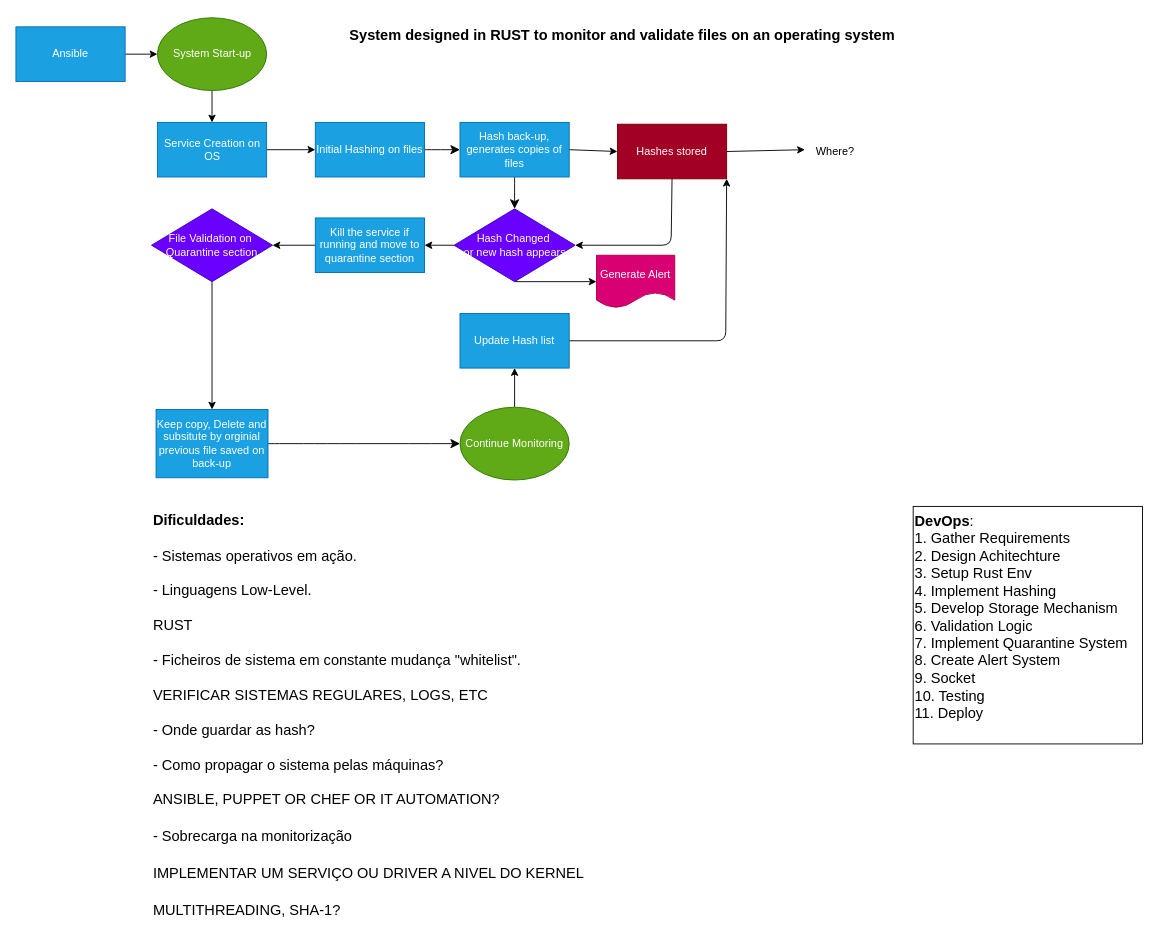
This is planeamento/Untitled Diagram.drawio from mickeyhousee/LOCK, a draw.io file, before an edit. Source tidied: cells renumbered, new cells numbered last; positions are measured from the earlier drawing's top-left corner, leaving out a move shared by most shapes. Both pictures are drawn from the tidied source at 91%, with x=0, y=0 at pixel (15, 17).
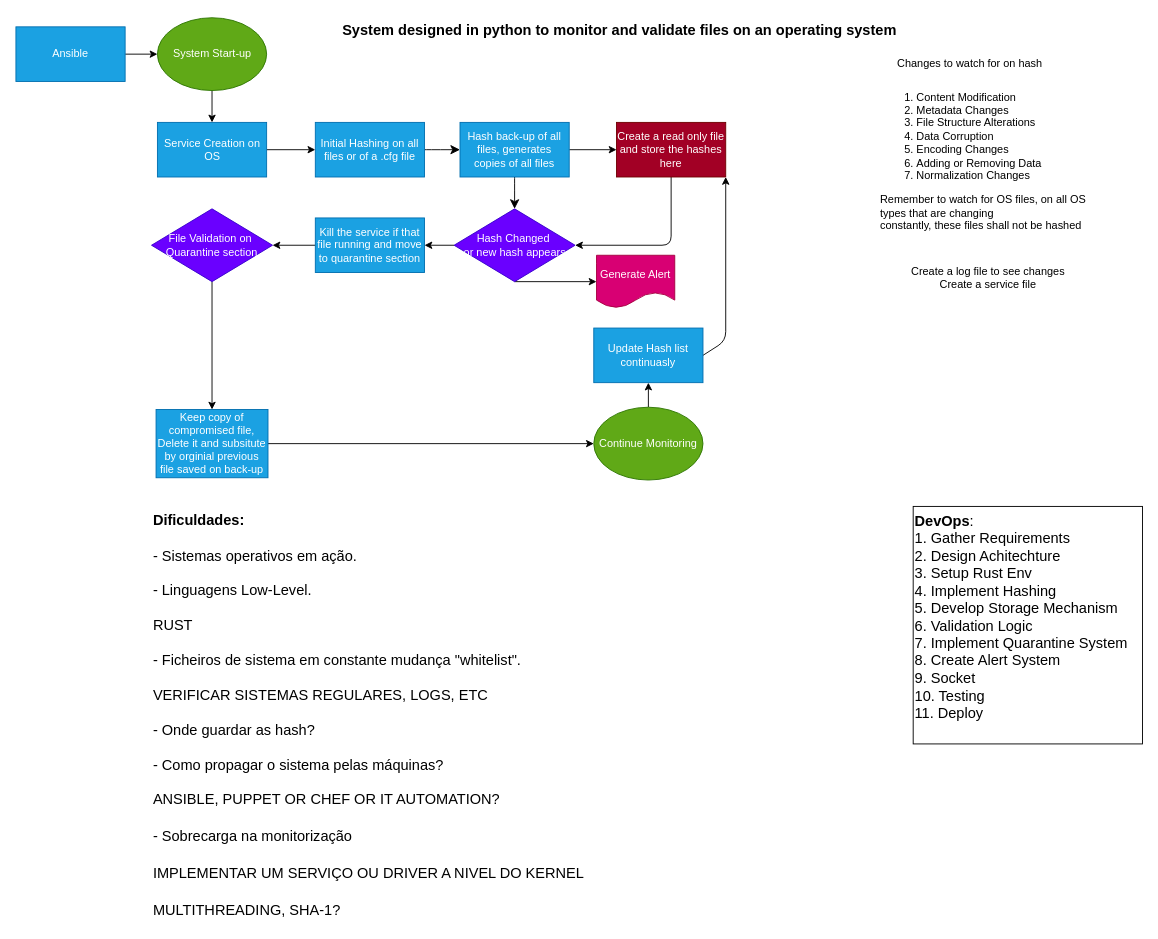
The same page after the edit.

What changed in the source:
```diff
@@
-    <mxCell id="5" value="Initial Hashing on files" style="rounded=0;whiteSpace=wrap;html=1;fillColor=#1ba1e2;fontColor=#ffffff;strokeColor=#006EAF;" parent="1" vertex="1">
+    <mxCell id="5" value="Initial Hashing on all files or of a .cfg file" style="rounded=0;whiteSpace=wrap;html=1;fillColor=#1ba1e2;fontColor=#ffffff;strokeColor=#006EAF;" parent="1" vertex="1">
       <mxGeometry x="329" y="115" width="120" height="60" as="geometry" />
     </mxCell>
@@
-    <mxCell id="8" value="Hash back-up, generates copies of files" style="rounded=0;whiteSpace=wrap;html=1;fillColor=#1ba1e2;fontColor=#ffffff;strokeColor=#006EAF;" parent="1" vertex="1">
+    <mxCell id="8" value="Hash back-up of all files, generates copies of all files" style="rounded=0;whiteSpace=wrap;html=1;fillColor=#1ba1e2;fontColor=#ffffff;strokeColor=#006EAF;" parent="1" vertex="1">
       <mxGeometry x="488" y="115" width="120" height="60" as="geometry" />
     </mxCell>
@@
-    <mxCell id="14" style="edgeStyle=none;curved=1;rounded=0;jettySize=auto;html=1;exitX=1;exitY=0.5;exitDx=0;exitDy=0;entryX=0;entryY=0.5;entryDx=0;entryDy=0;fontSize=12;startSize=8;endSize=8;" parent="1" edge="1" source="15" target="19">
+    <mxCell id="14" style="edgeStyle=none;html=1;exitX=1;exitY=0.5;exitDx=0;exitDy=0;entryX=0;entryY=0.5;entryDx=0;entryDy=0;" parent="1" edge="1" source="15" target="19">
       <mxGeometry relative="1" as="geometry" />
     </mxCell>
-    <mxCell id="15" value="Keep copy, Delete and subsitute by orginial previous file saved on back-up" style="rounded=0;whiteSpace=wrap;html=1;fillColor=#1ba1e2;fontColor=#ffffff;strokeColor=#006EAF;" parent="1" vertex="1">
+    <mxCell id="15" value="Keep copy of compromised file, Delete it and subsitute by orginial previous file saved on back-up" style="rounded=0;whiteSpace=wrap;html=1;fillColor=#1ba1e2;fontColor=#ffffff;strokeColor=#006EAF;" parent="1" vertex="1">
       <mxGeometry x="154" y="430.5" width="123" height="75" as="geometry" />
     </mxCell>
@@
-    <mxCell id="17" value="Update Hash list" style="rounded=0;whiteSpace=wrap;html=1;fillColor=#1ba1e2;fontColor=#ffffff;strokeColor=#006EAF;" parent="1" vertex="1">
-      <mxGeometry x="488" y="325" width="120" height="60" as="geometry" />
+    <mxCell id="17" value="Update Hash list continuasly" style="rounded=0;whiteSpace=wrap;html=1;fillColor=#1ba1e2;fontColor=#ffffff;strokeColor=#006EAF;" parent="1" vertex="1">
+      <mxGeometry x="635" y="341" width="120" height="60" as="geometry" />
     </mxCell>
@@
     <mxCell id="19" value="Continue Monitoring" style="ellipse;whiteSpace=wrap;html=1;fillColor=#60a917;fontColor=#ffffff;strokeColor=#2D7600;" parent="1" vertex="1">
-      <mxGeometry x="488" y="428" width="120" height="80" as="geometry" />
+      <mxGeometry x="635" y="428" width="120" height="80" as="geometry" />
     </mxCell>
@@
-    <mxCell id="23" style="edgeStyle=none;html=1;exitX=1;exitY=0.5;exitDx=0;exitDy=0;" parent="1" edge="1" source="24">
-      <mxGeometry relative="1" as="geometry">
-        <mxPoint x="867" y="145" as="targetPoint" />
-      </mxGeometry>
-    </mxCell>
-    <mxCell id="24" value="Hashes stored" style="rounded=0;whiteSpace=wrap;html=1;fillColor=#a20025;fontColor=#ffffff;strokeColor=#6F0000;" parent="1" vertex="1">
-      <mxGeometry x="661" y="117" width="120" height="60" as="geometry" />
+    <mxCell id="24" value="Create a read only file and store the hashes here" style="rounded=0;whiteSpace=wrap;html=1;fillColor=#a20025;fontColor=#ffffff;strokeColor=#6F0000;" parent="1" vertex="1">
+      <mxGeometry x="660" y="115" width="120" height="60" as="geometry" />
     </mxCell>
@@
-    <mxCell id="28" value="&lt;b&gt;&lt;font style=&quot;font-size: 16px;&quot;&gt;System designed in RUST to monitor and validate files on an operating system&lt;/font&gt;&lt;/b&gt;" style="text;html=1;align=center;verticalAlign=middle;strokeColor=none;fillColor=none;" parent="1" vertex="1">
-      <mxGeometry x="357" y="3" width="617" height="31" as="geometry" />
+    <mxCell id="28" value="&lt;b&gt;&lt;font style=&quot;font-size: 16px;&quot;&gt;System designed in python to monitor and validate files on an operating system&lt;/font&gt;&lt;/b&gt;" style="text;html=1;align=center;verticalAlign=middle;strokeColor=none;fillColor=none;" parent="1" vertex="1">
+      <mxGeometry x="349" y="-2" width="627" height="31" as="geometry" />
     </mxCell>
@@
-    <mxCell id="31" value="Kill the service if running and move to quarantine section" style="rounded=0;whiteSpace=wrap;html=1;fillColor=#1ba1e2;fontColor=#ffffff;strokeColor=#006EAF;" parent="1" vertex="1">
+    <mxCell id="31" value="Kill the service if that file running and move to quarantine section" style="rounded=0;whiteSpace=wrap;html=1;fillColor=#1ba1e2;fontColor=#ffffff;strokeColor=#006EAF;" parent="1" vertex="1">
       <mxGeometry x="329" y="220" width="120" height="60" as="geometry" />
     </mxCell>
@@
-    <mxCell id="34" value="Where?" style="text;html=1;align=center;verticalAlign=middle;strokeColor=none;fillColor=none;" parent="1" vertex="1">
-      <mxGeometry x="870" y="134" width="60" height="26" as="geometry" />
-    </mxCell>
+    <mxCell id="35" value="&lt;ol&gt;&lt;li&gt;Content Modification&lt;/li&gt;&lt;li&gt;Metadata Changes&lt;/li&gt;&lt;li&gt;File Structure Alterations&lt;/li&gt;&lt;li&gt;Data Corruption&lt;/li&gt;&lt;li&gt;Encoding Changes&lt;/li&gt;&lt;li&gt;Adding or Removing Data&lt;/li&gt;&lt;li&gt;Normalization Changes&lt;/li&gt;&lt;/ol&gt;&lt;div&gt;Remember to watch for OS files, on all OS&lt;/div&gt;&lt;div&gt;types that are changing&lt;/div&gt;&lt;div&gt;constantly, these files shall not be hashed&lt;/div&gt;" style="text;html=1;align=left;verticalAlign=middle;strokeColor=none;fillColor=none;" parent="1" vertex="1">
+      <mxGeometry x="948" y="41" width="244" height="222" as="geometry" />
+    </mxCell>
+    <mxCell id="36" value="Changes to watch for on hash" style="text;html=1;align=center;verticalAlign=middle;strokeColor=none;fillColor=none;" parent="1" vertex="1">
+      <mxGeometry x="959" y="38" width="177" height="26" as="geometry" />
+    </mxCell>
+    <mxCell id="37" value="Create a log file to see changes&lt;br&gt;Create a service file" style="text;html=1;align=center;verticalAlign=middle;strokeColor=none;fillColor=none;" parent="1" vertex="1">
+      <mxGeometry x="974" y="265" width="187" height="41" as="geometry" />
+    </mxCell>
```
